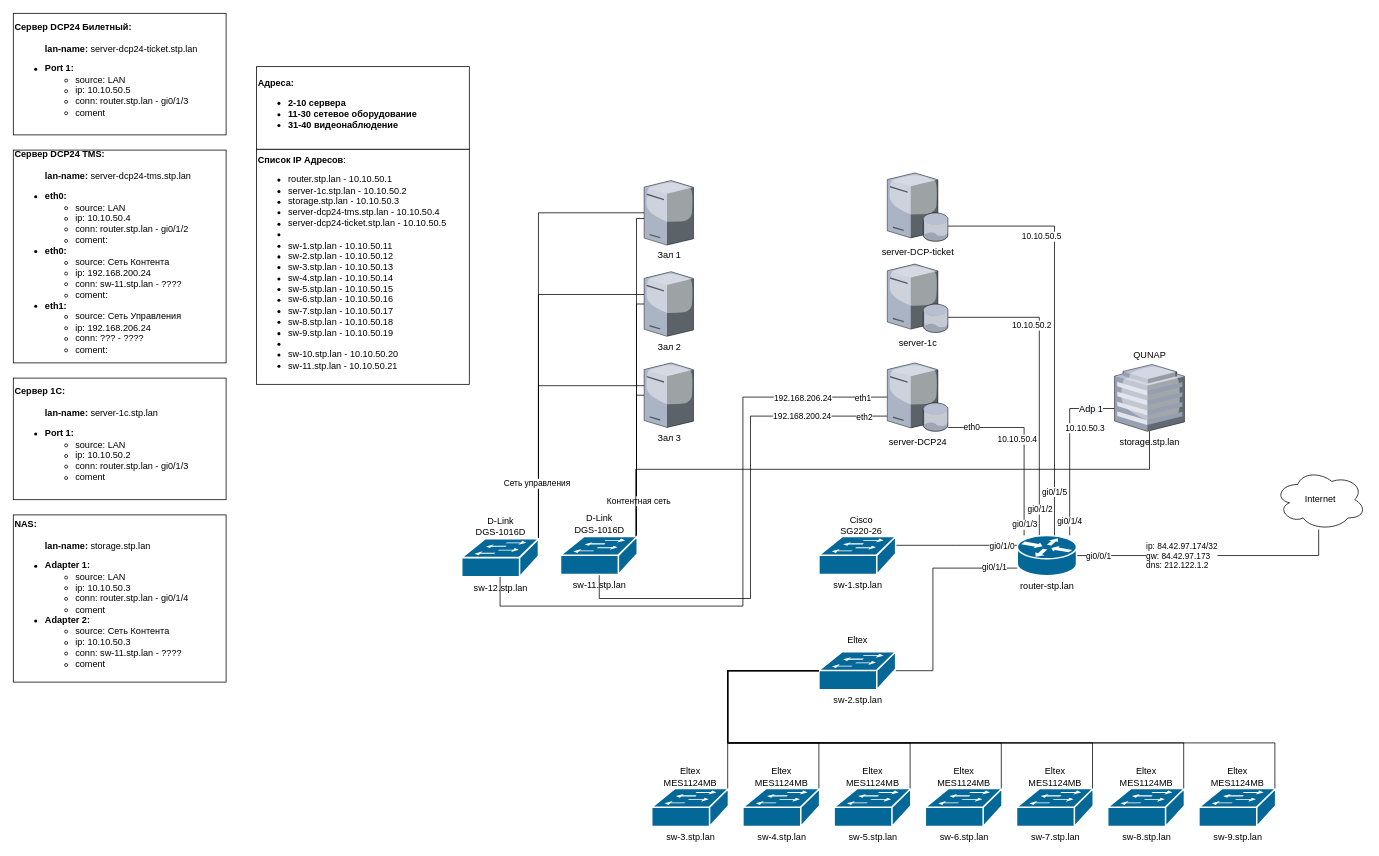
The draw.io diagram network-map.drawio in lex1010011010/kino-khv, before the edit. Source tidied: cells renumbered, new cells numbered last; positions are measured from the earlier drawing's top-left corner, leaving out a move shared by most shapes. Both pictures are drawn from the tidied source at 76%, with x=0, y=0 at pixel (13, 13).
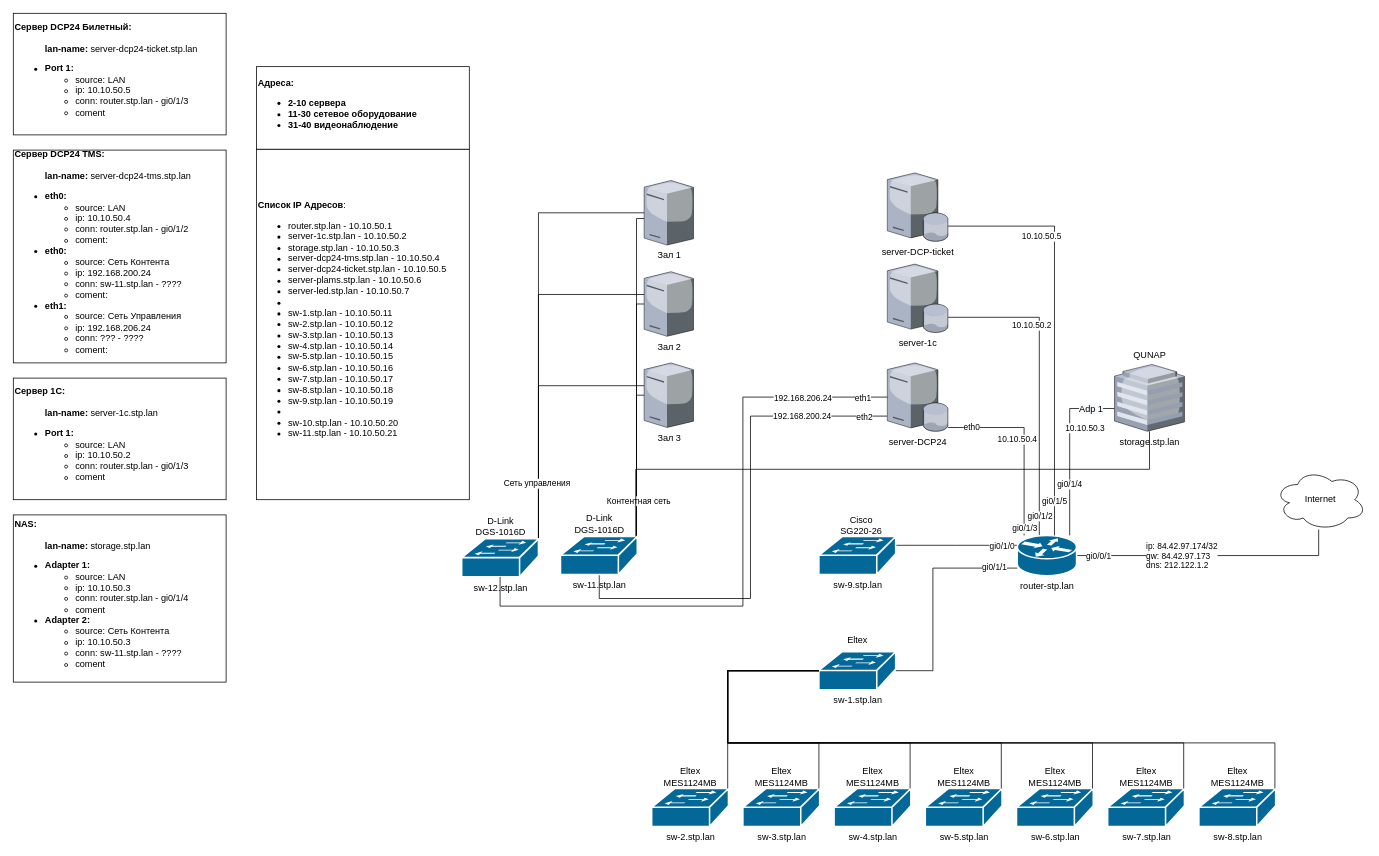
The same page after the edit.

The change refers to these unchanged cells:
```xml
<mxCell id="8" style="edgeStyle=orthogonalEdgeStyle;rounded=0;jettySize=auto;html=1;endArrow=none;endFill=0;startArrow=none;startFill=0;" parent="1" edge="1" source="20" target="26">
  <mxGeometry relative="1" as="geometry">
    <Array as="points">
      <mxPoint x="1330" y="545" />
    </Array>
  </mxGeometry>
</mxCell>
<mxCell id="16" style="edgeStyle=orthogonalEdgeStyle;rounded=0;jettySize=auto;html=1;endArrow=none;endFill=0;startArrow=none;startFill=0;" parent="1" edge="1" source="20" target="88">
  <mxGeometry relative="1" as="geometry">
    <Array as="points">
      <mxPoint x="1390" y="520" />
    </Array>
  </mxGeometry>
</mxCell>
<mxCell id="20" value="router-stp.lan" style="shape=mxgraph.cisco.routers.router;sketch=0;html=1;dashed=0;fillColor=#036897;strokeColor=#ffffff;strokeWidth=2;verticalLabelPosition=bottom;verticalAlign=top;align=center;outlineConnect=0;" parent="1" vertex="1">
  <mxGeometry x="1321" y="687" width="78" height="53" as="geometry" />
</mxCell>
<mxCell id="22" value="server-1c" style="verticalLabelPosition=bottom;sketch=0;html=1;verticalAlign=top;strokeColor=none;align=center;outlineConnect=0;shape=mxgraph.citrix.database_server;" parent="1" vertex="1">
  <mxGeometry x="1150" y="330" width="80" height="90" as="geometry" />
</mxCell>
<mxCell id="38" style="group;" parent="1" vertex="1">
  <mxGeometry x="1060" y="658.5" width="101" height="80" as="geometry" />
</mxCell>
<mxCell id="41" style="group;" parent="1" vertex="1">
  <mxGeometry x="1060" y="810" width="101" height="80" as="geometry" />
</mxCell>
<mxCell id="44" style="group;" parent="1" vertex="1">
  <mxGeometry x="840" y="990" width="101" height="80" as="geometry" />
</mxCell>
<mxCell id="48" style="group;" parent="1" vertex="1">
  <mxGeometry x="960" y="990" width="101" height="80" as="geometry" />
</mxCell>
<mxCell id="52" style="group;" parent="1" vertex="1">
  <mxGeometry x="1080" y="990" width="101" height="80" as="geometry" />
</mxCell>
<mxCell id="55" style="group;" parent="1" vertex="1">
  <mxGeometry x="1200" y="990" width="101" height="80" as="geometry" />
</mxCell>
<mxCell id="58" style="group;" parent="1" vertex="1">
  <mxGeometry x="1320" y="990" width="101" height="80" as="geometry" />
</mxCell>
<mxCell id="61" style="group;" parent="1" vertex="1">
  <mxGeometry x="1440" y="990" width="101" height="80" as="geometry" />
</mxCell>
<mxCell id="64" style="group;" parent="1" vertex="1">
  <mxGeometry x="1560" y="990" width="101" height="80" as="geometry" />
</mxCell>
<mxCell id="91" style="edgeStyle=orthogonalEdgeStyle;rounded=0;jettySize=auto;html=1;startArrow=none;startFill=0;endArrow=none;endFill=0;" parent="1" edge="1" source="94" target="20">
  <mxGeometry relative="1" as="geometry">
    <Array as="points">
      <mxPoint x="1370" y="280" />
    </Array>
  </mxGeometry>
</mxCell>
```

The edit, as a diff of the source:
```diff
@@
-    <mxCell id="5" style="edgeStyle=orthogonalEdgeStyle;rounded=0;jettySize=auto;html=1;endArrow=none;endFill=0;startArrow=none;startFill=0;" parent="1" edge="1" source="20" target="22">
+    <mxCell id="5" style="edgeStyle=orthogonalEdgeStyle;rounded=0;jettySize=auto;html=1;endArrow=none;endFill=0;startArrow=none;startFill=0;fontStyle=4;" parent="1" edge="1" source="20" target="22">
       <mxGeometry relative="1" as="geometry">
         <Array as="points">
           <mxPoint x="1350" y="400" />
         </Array>
       </mxGeometry>
     </mxCell>
@@
     <mxCell id="7" value="gi0/1/2" style="edgeLabel;html=1;align=center;verticalAlign=middle;" parent="5" vertex="1">
       <mxGeometry x="-0.9" y="2" relative="1" as="geometry">
-        <mxPoint x="2" y="-15" as="offset" />
+        <mxPoint x="2" y="-6" as="offset" />
       </mxGeometry>
     </mxCell>
@@
     <mxCell id="9" value="gi0/1/3" style="edgeLabel;html=1;align=center;verticalAlign=middle;" parent="8" vertex="1">
-      <mxGeometry x="-0.88" relative="1" as="geometry" />
+      <mxGeometry x="-0.88" relative="1" as="geometry">
+        <mxPoint y="5" as="offset" />
+      </mxGeometry>
     </mxCell>
@@
     <mxCell id="17" value="gi0/1/4" style="edgeLabel;html=1;align=center;verticalAlign=middle;" parent="16" vertex="1">
-      <mxGeometry x="-0.83" y="1" relative="1" as="geometry" />
+      <mxGeometry x="-0.83" y="1" relative="1" as="geometry">
+        <mxPoint y="-49" as="offset" />
+      </mxGeometry>
     </mxCell>
@@
-    <mxCell id="39" value="sw-1.stp.lan" style="shape=mxgraph.cisco.switches.workgroup_switch;sketch=0;html=1;dashed=0;fillColor=#036897;strokeColor=#ffffff;strokeWidth=2;verticalLabelPosition=bottom;verticalAlign=top;align=center;outlineConnect=0;" parent="38" vertex="1">
+    <mxCell id="39" value="sw-9.stp.lan" style="shape=mxgraph.cisco.switches.workgroup_switch;sketch=0;html=1;dashed=0;fillColor=#036897;strokeColor=#ffffff;strokeWidth=2;verticalLabelPosition=bottom;verticalAlign=top;align=center;outlineConnect=0;" parent="38" vertex="1">
       <mxGeometry y="30" width="101" height="50" as="geometry" />
     </mxCell>
@@
-    <mxCell id="42" value="sw-2.stp.lan" style="shape=mxgraph.cisco.switches.workgroup_switch;sketch=0;html=1;dashed=0;fillColor=#036897;strokeColor=#ffffff;strokeWidth=2;verticalLabelPosition=bottom;verticalAlign=top;align=center;outlineConnect=0;" parent="41" vertex="1">
+    <mxCell id="42" value="sw-1.stp.lan" style="shape=mxgraph.cisco.switches.workgroup_switch;sketch=0;html=1;dashed=0;fillColor=#036897;strokeColor=#ffffff;strokeWidth=2;verticalLabelPosition=bottom;verticalAlign=top;align=center;outlineConnect=0;" parent="41" vertex="1">
       <mxGeometry y="30" width="101" height="50" as="geometry" />
     </mxCell>
@@
-    <mxCell id="45" value="sw-3.stp.lan" style="shape=mxgraph.cisco.switches.workgroup_switch;sketch=0;html=1;dashed=0;fillColor=#036897;strokeColor=#ffffff;strokeWidth=2;verticalLabelPosition=bottom;verticalAlign=top;align=center;outlineConnect=0;" parent="44" vertex="1">
+    <mxCell id="45" value="sw-2.stp.lan" style="shape=mxgraph.cisco.switches.workgroup_switch;sketch=0;html=1;dashed=0;fillColor=#036897;strokeColor=#ffffff;strokeWidth=2;verticalLabelPosition=bottom;verticalAlign=top;align=center;outlineConnect=0;" parent="44" vertex="1">
       <mxGeometry y="30" width="101" height="50" as="geometry" />
     </mxCell>
@@
-    <mxCell id="49" value="sw-4.stp.lan" style="shape=mxgraph.cisco.switches.workgroup_switch;sketch=0;html=1;dashed=0;fillColor=#036897;strokeColor=#ffffff;strokeWidth=2;verticalLabelPosition=bottom;verticalAlign=top;align=center;outlineConnect=0;" parent="48" vertex="1">
+    <mxCell id="49" value="sw-3.stp.lan" style="shape=mxgraph.cisco.switches.workgroup_switch;sketch=0;html=1;dashed=0;fillColor=#036897;strokeColor=#ffffff;strokeWidth=2;verticalLabelPosition=bottom;verticalAlign=top;align=center;outlineConnect=0;" parent="48" vertex="1">
       <mxGeometry y="30" width="101" height="50" as="geometry" />
     </mxCell>
@@
-    <mxCell id="53" value="sw-5.stp.lan" style="shape=mxgraph.cisco.switches.workgroup_switch;sketch=0;html=1;dashed=0;fillColor=#036897;strokeColor=#ffffff;strokeWidth=2;verticalLabelPosition=bottom;verticalAlign=top;align=center;outlineConnect=0;" parent="52" vertex="1">
+    <mxCell id="53" value="sw-4.stp.lan" style="shape=mxgraph.cisco.switches.workgroup_switch;sketch=0;html=1;dashed=0;fillColor=#036897;strokeColor=#ffffff;strokeWidth=2;verticalLabelPosition=bottom;verticalAlign=top;align=center;outlineConnect=0;" parent="52" vertex="1">
       <mxGeometry y="30" width="101" height="50" as="geometry" />
     </mxCell>
@@
-    <mxCell id="56" value="sw-6.stp.lan" style="shape=mxgraph.cisco.switches.workgroup_switch;sketch=0;html=1;dashed=0;fillColor=#036897;strokeColor=#ffffff;strokeWidth=2;verticalLabelPosition=bottom;verticalAlign=top;align=center;outlineConnect=0;" parent="55" vertex="1">
+    <mxCell id="56" value="sw-5.stp.lan" style="shape=mxgraph.cisco.switches.workgroup_switch;sketch=0;html=1;dashed=0;fillColor=#036897;strokeColor=#ffffff;strokeWidth=2;verticalLabelPosition=bottom;verticalAlign=top;align=center;outlineConnect=0;" parent="55" vertex="1">
       <mxGeometry y="30" width="101" height="50" as="geometry" />
     </mxCell>
@@
-    <mxCell id="59" value="sw-7.stp.lan" style="shape=mxgraph.cisco.switches.workgroup_switch;sketch=0;html=1;dashed=0;fillColor=#036897;strokeColor=#ffffff;strokeWidth=2;verticalLabelPosition=bottom;verticalAlign=top;align=center;outlineConnect=0;" parent="58" vertex="1">
+    <mxCell id="59" value="sw-6.stp.lan" style="shape=mxgraph.cisco.switches.workgroup_switch;sketch=0;html=1;dashed=0;fillColor=#036897;strokeColor=#ffffff;strokeWidth=2;verticalLabelPosition=bottom;verticalAlign=top;align=center;outlineConnect=0;" parent="58" vertex="1">
       <mxGeometry y="30" width="101" height="50" as="geometry" />
     </mxCell>
@@
-    <mxCell id="62" value="sw-8.stp.lan" style="shape=mxgraph.cisco.switches.workgroup_switch;sketch=0;html=1;dashed=0;fillColor=#036897;strokeColor=#ffffff;strokeWidth=2;verticalLabelPosition=bottom;verticalAlign=top;align=center;outlineConnect=0;" parent="61" vertex="1">
+    <mxCell id="62" value="sw-7.stp.lan" style="shape=mxgraph.cisco.switches.workgroup_switch;sketch=0;html=1;dashed=0;fillColor=#036897;strokeColor=#ffffff;strokeWidth=2;verticalLabelPosition=bottom;verticalAlign=top;align=center;outlineConnect=0;" parent="61" vertex="1">
       <mxGeometry y="30" width="101" height="50" as="geometry" />
     </mxCell>
@@
-    <mxCell id="65" value="sw-9.stp.lan" style="shape=mxgraph.cisco.switches.workgroup_switch;sketch=0;html=1;dashed=0;fillColor=#036897;strokeColor=#ffffff;strokeWidth=2;verticalLabelPosition=bottom;verticalAlign=top;align=center;outlineConnect=0;" parent="64" vertex="1">
+    <mxCell id="65" value="sw-8.stp.lan" style="shape=mxgraph.cisco.switches.workgroup_switch;sketch=0;html=1;dashed=0;fillColor=#036897;strokeColor=#ffffff;strokeWidth=2;verticalLabelPosition=bottom;verticalAlign=top;align=center;outlineConnect=0;" parent="64" vertex="1">
       <mxGeometry y="30" width="101" height="50" as="geometry" />
     </mxCell>
@@
-    <mxCell id="83" style="group;" parent="1" vertex="1">
-      <mxGeometry x="320" y="70.2" width="280" height="418" as="geometry" />
-    </mxCell>
-    <mxCell id="84" value="&lt;b&gt;Список IP Адресов&lt;/b&gt;:&lt;br&gt;&lt;ul&gt;&lt;li&gt;router.stp.lan - 10.10.50.1&lt;/li&gt;&lt;li&gt;server-1c.stp.lan - 10.10.50.2&lt;/li&gt;&lt;li&gt;storage.stp.lan - 10.10.50.3&lt;/li&gt;&lt;li&gt;server-dcp24-tms.stp.lan - 10.10.50.4&lt;/li&gt;&lt;li&gt;server-dcp24-ticket.stp.lan - 10.10.50.5&lt;/li&gt;&lt;li&gt;&lt;br&gt;&lt;/li&gt;&lt;li&gt;sw-1.stp.lan - 10.10.50.11&lt;/li&gt;&lt;li&gt;sw-2.stp.lan - 10.10.50.12&lt;/li&gt;&lt;li&gt;sw-3.stp.lan - 10.10.50.13&lt;/li&gt;&lt;li&gt;sw-4.stp.lan - 10.10.50.14&lt;/li&gt;&lt;li&gt;sw-5.stp.lan - 10.10.50.15&lt;/li&gt;&lt;li&gt;sw-6.stp.lan - 10.10.50.16&lt;/li&gt;&lt;li&gt;sw-7.stp.lan - 10.10.50.17&lt;/li&gt;&lt;li&gt;sw-8.stp.lan - 10.10.50.18&lt;/li&gt;&lt;li&gt;sw-9.stp.lan - 10.10.50.19&lt;/li&gt;&lt;li&gt;&lt;br&gt;&lt;/li&gt;&lt;li&gt;sw-10.stp.lan - 10.10.50.20&lt;/li&gt;&lt;li&gt;sw-11.stp.lan - 10.10.50.21&lt;/li&gt;&lt;/ul&gt;" style="rounded=0;whiteSpace=wrap;html=1;align=left;" parent="83" vertex="1">
-      <mxGeometry y="108.6" width="280" height="309.4" as="geometry" />
-    </mxCell>
-    <mxCell id="85" value="&lt;b&gt;Адреса:&lt;br&gt;&lt;/b&gt;&lt;b&gt;&lt;ul&gt;&lt;li&gt;&lt;span style=&quot;font-weight: bold&quot;&gt;2-10 сервера&lt;/span&gt;&lt;/li&gt;&lt;li&gt;&lt;span&gt;11-30 сетевое оборудование&lt;/span&gt;&lt;/li&gt;&lt;li&gt;&lt;span&gt;31-40 видеонаблюдение&lt;/span&gt;&lt;/li&gt;&lt;/ul&gt;&lt;/b&gt;" style="rounded=0;whiteSpace=wrap;html=1;align=left;" parent="83" vertex="1">
-      <mxGeometry width="280" height="108.6" as="geometry" />
-    </mxCell>
@@
     <mxCell id="92" value="gi0/1/5" style="edgeLabel;html=1;align=center;verticalAlign=middle;" parent="91" vertex="1">
       <mxGeometry x="0.77" y="-1" relative="1" as="geometry">
-        <mxPoint y="5" as="offset" />
+        <mxPoint y="17" as="offset" />
       </mxGeometry>
     </mxCell>
@@
+    <mxCell id="96" style="group;" parent="1" vertex="1">
+      <mxGeometry x="320" y="70.2" width="280" height="569.8" as="geometry" />
+    </mxCell>
+    <mxCell id="84" value="&lt;b&gt;Список IP Адресов&lt;/b&gt;:&lt;br&gt;&lt;ul&gt;&lt;li&gt;router.stp.lan - 10.10.50.1&lt;/li&gt;&lt;li&gt;server-1c.stp.lan - 10.10.50.2&lt;/li&gt;&lt;li&gt;storage.stp.lan - 10.10.50.3&lt;/li&gt;&lt;li&gt;server-dcp24-tms.stp.lan - 10.10.50.4&lt;/li&gt;&lt;li&gt;server-dcp24-ticket.stp.lan - 10.10.50.5&lt;/li&gt;&lt;li&gt;server-plams.stp.lan - 10.10.50.6&lt;/li&gt;&lt;li&gt;server-led.stp.lan - 10.10.50.7&lt;/li&gt;&lt;li&gt;&lt;br&gt;&lt;/li&gt;&lt;li&gt;sw-1.stp.lan - 10.10.50.11&lt;/li&gt;&lt;li&gt;sw-2.stp.lan - 10.10.50.12&lt;/li&gt;&lt;li&gt;sw-3.stp.lan - 10.10.50.13&lt;/li&gt;&lt;li&gt;sw-4.stp.lan - 10.10.50.14&lt;/li&gt;&lt;li&gt;sw-5.stp.lan - 10.10.50.15&lt;/li&gt;&lt;li&gt;sw-6.stp.lan - 10.10.50.16&lt;/li&gt;&lt;li&gt;sw-7.stp.lan - 10.10.50.17&lt;/li&gt;&lt;li&gt;sw-8.stp.lan - 10.10.50.18&lt;/li&gt;&lt;li&gt;sw-9.stp.lan - 10.10.50.19&lt;/li&gt;&lt;li&gt;&lt;br&gt;&lt;/li&gt;&lt;li&gt;sw-10.stp.lan - 10.10.50.20&lt;/li&gt;&lt;li&gt;sw-11.stp.lan - 10.10.50.21&lt;/li&gt;&lt;/ul&gt;" style="rounded=0;whiteSpace=wrap;html=1;align=left;" parent="96" vertex="1">
+      <mxGeometry y="108.6" width="280" height="461.2" as="geometry" />
+    </mxCell>
+    <mxCell id="85" value="&lt;b&gt;Адреса:&lt;br&gt;&lt;/b&gt;&lt;b&gt;&lt;ul&gt;&lt;li&gt;&lt;span style=&quot;font-weight: bold&quot;&gt;2-10 сервера&lt;/span&gt;&lt;/li&gt;&lt;li&gt;&lt;span&gt;11-30 сетевое оборудование&lt;/span&gt;&lt;/li&gt;&lt;li&gt;&lt;span&gt;31-40 видеонаблюдение&lt;/span&gt;&lt;/li&gt;&lt;/ul&gt;&lt;/b&gt;" style="rounded=0;whiteSpace=wrap;html=1;align=left;" parent="96" vertex="1">
+      <mxGeometry width="280" height="108.6" as="geometry" />
+    </mxCell>
```
